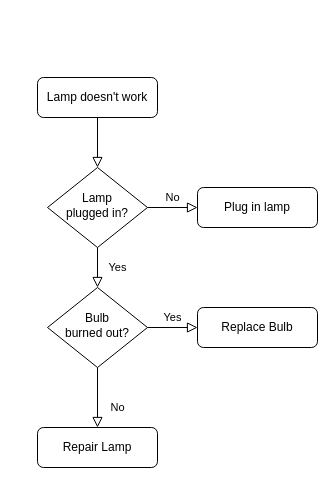
Earlier version of the draw.io diagram Untitled Diagram.drawio (wangxingsen/myrepository). Source tidied: cells renumbered, new cells numbered last; positions are measured from the earlier drawing's top-left corner, leaving out a move shared by most shapes. Both pictures are drawn from the tidied source at 100%, with x=0, y=0 at pixel (37, 77).
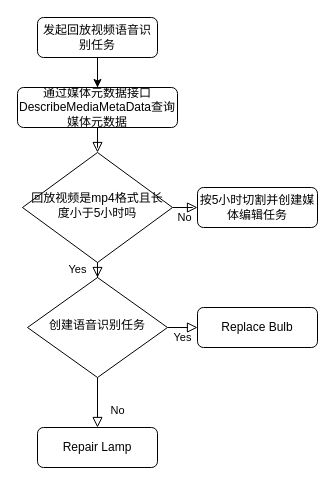
After the change.

Diff of the diagram source:
```diff
@@
 <mxGraphModel>
   <root>
     <mxCell id="0" />
     <mxCell id="1" parent="0" />
-    <mxCell id="2" style="rounded=0;html=1;jettySize=auto;fontSize=11;endArrow=block;endFill=0;endSize=8;strokeWidth=1;shadow=0;labelBackgroundColor=none;edgeStyle=orthogonalEdgeStyle;" parent="1" edge="1" source="3" target="6">
+    <mxCell id="2" style="rounded=0;html=1;jettySize=auto;fontSize=11;endArrow=block;endFill=0;endSize=8;strokeWidth=1;shadow=0;labelBackgroundColor=none;edgeStyle=orthogonalEdgeStyle;startArrow=none;" parent="1" edge="1" source="14" target="6">
       <mxGeometry relative="1" as="geometry" />
     </mxCell>
+    <mxCell id="13" style="edgeStyle=orthogonalEdgeStyle;rounded=0;jettySize=auto;html=1;" parent="1" edge="1" source="3" target="14">
+      <mxGeometry relative="1" as="geometry" />
+    </mxCell>
-    <mxCell id="3" value="Lamp doesn't work" style="rounded=1;whiteSpace=wrap;html=1;fontSize=12;glass=0;strokeWidth=1;shadow=0;" parent="1" vertex="1">
-      <mxGeometry width="120" height="40" as="geometry" />
+    <mxCell id="3" value="发起回放视频语音识别任务" style="rounded=1;whiteSpace=wrap;html=1;fontSize=12;glass=0;strokeWidth=1;shadow=0;" parent="1" vertex="1">
+      <mxGeometry y="-60" width="120" height="40" as="geometry" />
     </mxCell>
     <mxCell id="4" value="Yes" style="rounded=0;html=1;jettySize=auto;fontSize=11;endArrow=block;endFill=0;endSize=8;strokeWidth=1;shadow=0;labelBackgroundColor=none;edgeStyle=orthogonalEdgeStyle;" parent="1" edge="1" source="6" target="10">
       <mxGeometry y="20" relative="1" as="geometry" />
     </mxCell>
     <mxCell id="5" value="No" style="edgeStyle=orthogonalEdgeStyle;rounded=0;html=1;jettySize=auto;fontSize=11;endArrow=block;endFill=0;endSize=8;strokeWidth=1;shadow=0;labelBackgroundColor=none;" parent="1" edge="1" source="6" target="7">
       <mxGeometry y="10" relative="1" as="geometry" />
     </mxCell>
-    <mxCell id="6" value="Lamp&lt;br&gt;plugged in?" style="rhombus;whiteSpace=wrap;html=1;shadow=0;fontFamily=Helvetica;fontSize=12;align=center;strokeWidth=1;spacing=6;spacingTop=-4;" parent="1" vertex="1">
-      <mxGeometry x="10" y="90" width="100" height="80" as="geometry" />
+    <mxCell id="6" value="回放视频是mp4格式且长度小于5小时吗" style="rhombus;whiteSpace=wrap;html=1;shadow=0;fontFamily=Helvetica;fontSize=12;align=center;strokeWidth=1;spacing=6;spacingTop=-4;" parent="1" vertex="1">
+      <mxGeometry x="-15" y="75" width="150" height="110" as="geometry" />
     </mxCell>
-    <mxCell id="7" value="Plug in lamp" style="rounded=1;whiteSpace=wrap;html=1;fontSize=12;glass=0;strokeWidth=1;shadow=0;" parent="1" vertex="1">
+    <mxCell id="7" value="按5小时切割并创建媒体编辑任务" style="rounded=1;whiteSpace=wrap;html=1;fontSize=12;glass=0;strokeWidth=1;shadow=0;" parent="1" vertex="1">
       <mxGeometry x="160" y="110" width="120" height="40" as="geometry" />
     </mxCell>
     <mxCell id="8" value="No" style="rounded=0;html=1;jettySize=auto;fontSize=11;endArrow=block;endFill=0;endSize=8;strokeWidth=1;shadow=0;labelBackgroundColor=none;edgeStyle=orthogonalEdgeStyle;" parent="1" edge="1" source="10" target="11">
       <mxGeometry x="0.33" y="20" relative="1" as="geometry" />
     </mxCell>
     <mxCell id="9" value="Yes" style="edgeStyle=orthogonalEdgeStyle;rounded=0;html=1;jettySize=auto;fontSize=11;endArrow=block;endFill=0;endSize=8;strokeWidth=1;shadow=0;labelBackgroundColor=none;" parent="1" edge="1" source="10" target="12">
       <mxGeometry y="10" relative="1" as="geometry" />
     </mxCell>
-    <mxCell id="10" value="Bulb&lt;br&gt;burned out?" style="rhombus;whiteSpace=wrap;html=1;shadow=0;fontFamily=Helvetica;fontSize=12;align=center;strokeWidth=1;spacing=6;spacingTop=-4;" parent="1" vertex="1">
-      <mxGeometry x="10" y="210" width="100" height="80" as="geometry" />
+    <mxCell id="10" value="创建语音识别任务" style="rhombus;whiteSpace=wrap;html=1;shadow=0;fontFamily=Helvetica;fontSize=12;align=center;strokeWidth=1;spacing=6;spacingTop=-4;" parent="1" vertex="1">
+      <mxGeometry x="-10" y="200" width="140" height="100" as="geometry" />
     </mxCell>
     <mxCell id="11" value="Repair Lamp" style="rounded=1;whiteSpace=wrap;html=1;fontSize=12;glass=0;strokeWidth=1;shadow=0;" parent="1" vertex="1">
       <mxGeometry y="350" width="120" height="40" as="geometry" />
     </mxCell>
     <mxCell id="12" value="Replace Bulb" style="rounded=1;whiteSpace=wrap;html=1;fontSize=12;glass=0;strokeWidth=1;shadow=0;" parent="1" vertex="1">
       <mxGeometry x="160" y="230" width="120" height="40" as="geometry" />
     </mxCell>
+    <mxCell id="14" value="通过媒体元数据接口DescribeMediaMetaData查询媒体元数据" style="whiteSpace=wrap;html=1;rounded=1;glass=0;strokeWidth=1;shadow=0;" parent="1" vertex="1">
+      <mxGeometry x="-20" y="10" width="160" height="40" as="geometry" />
+    </mxCell>
+    <mxCell id="15" style="rounded=0;html=1;jettySize=auto;fontSize=11;endArrow=none;endFill=0;endSize=8;strokeWidth=1;shadow=0;labelBackgroundColor=none;edgeStyle=orthogonalEdgeStyle;" parent="1" edge="1" source="3" target="14">
+      <mxGeometry relative="1" as="geometry" />
+    </mxCell>
   </root>
 </mxGraphModel>
```
